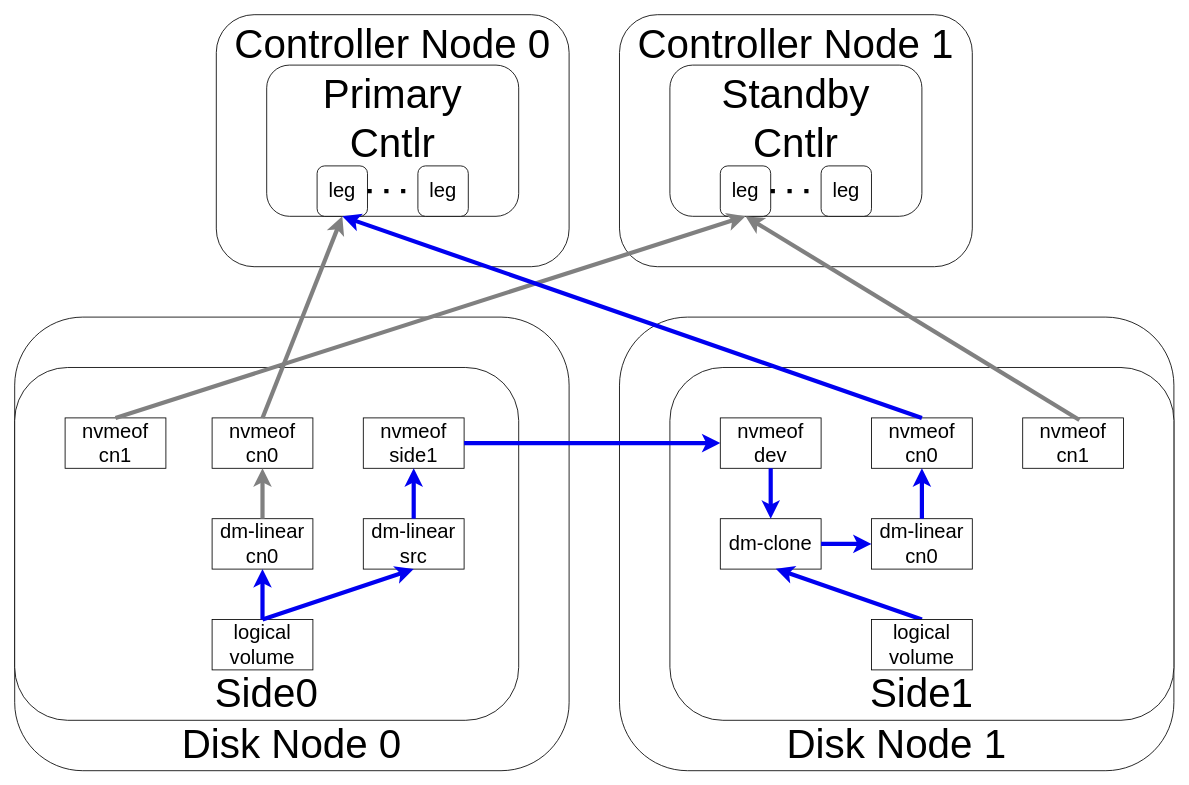
This is imgs/080Migration.drawio from distributed-nvme/distributed-nvme, a draw.io file, before an edit. Source tidied: cells renumbered, new cells numbered last; positions are measured from the earlier drawing's top-left corner, leaving out a move shared by most shapes. Both pictures are drawn from the tidied source at 84%, with x=0, y=0 at pixel (14, 14).
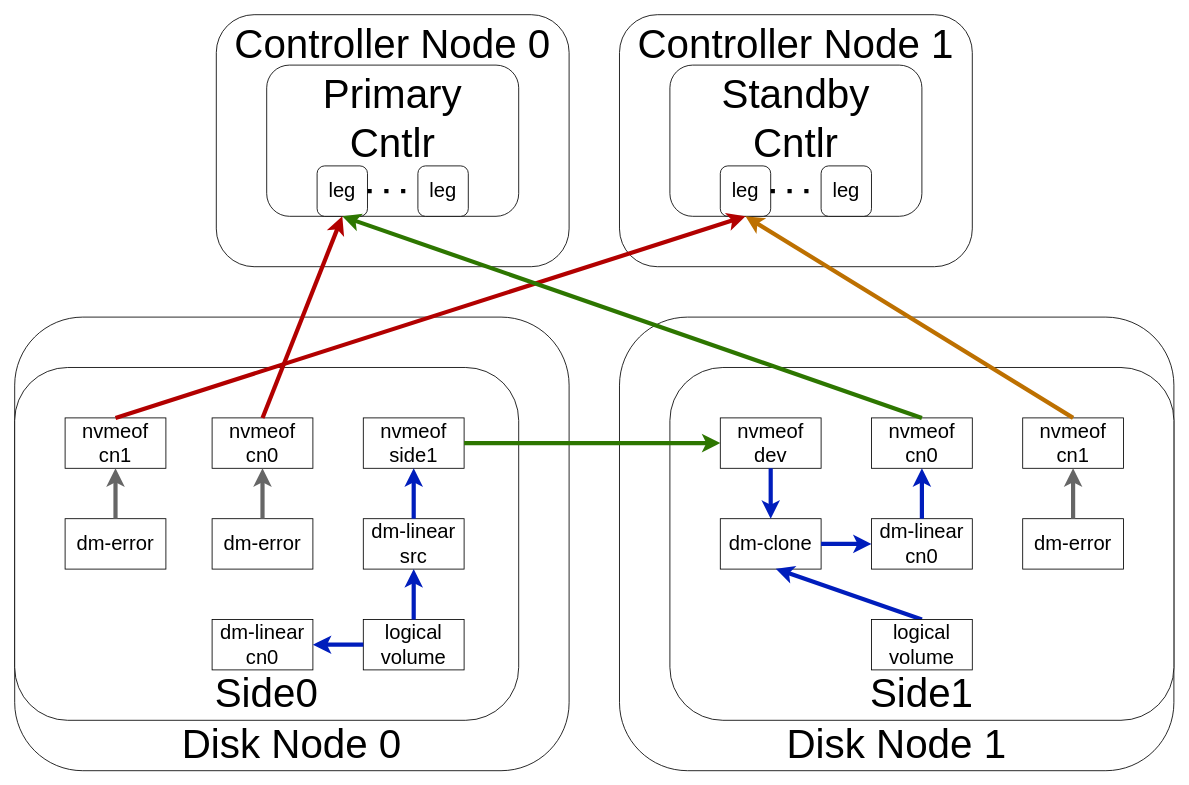
The same diagram, later.

Unchanged cells that the change refers to:
```xml
<mxCell id="8" value="&lt;span style=&quot;font-size: 24px;&quot;&gt;nvmeof&lt;/span&gt;&lt;div&gt;&lt;span style=&quot;font-size: 24px;&quot;&gt;cn0&lt;/span&gt;&lt;/div&gt;" style="rounded=0;whiteSpace=wrap;html=1;" parent="1" vertex="1">
  <mxGeometry x="235" y="480" width="120" height="60" as="geometry" />
</mxCell>
<mxCell id="12" value="&lt;span style=&quot;font-size: 24px;&quot;&gt;dm-linear&lt;/span&gt;&lt;div&gt;&lt;span style=&quot;font-size: 24px;&quot;&gt;cn0&lt;/span&gt;&lt;/div&gt;" style="rounded=0;whiteSpace=wrap;html=1;" parent="1" vertex="1">
  <mxGeometry x="1020" y="600" width="120" height="60" as="geometry" />
</mxCell>
<mxCell id="13" value="&lt;span style=&quot;font-size: 24px;&quot;&gt;nvmeof&lt;/span&gt;&lt;div&gt;&lt;span style=&quot;font-size: 24px;&quot;&gt;cn0&lt;/span&gt;&lt;/div&gt;" style="rounded=0;whiteSpace=wrap;html=1;" parent="1" vertex="1">
  <mxGeometry x="1020" y="480" width="120" height="60" as="geometry" />
</mxCell>
<mxCell id="15" value="&lt;span style=&quot;font-size: 24px;&quot;&gt;dm-linear&lt;/span&gt;&lt;div&gt;&lt;span style=&quot;font-size: 24px;&quot;&gt;src&lt;/span&gt;&lt;/div&gt;" style="rounded=0;whiteSpace=wrap;html=1;" parent="1" vertex="1">
  <mxGeometry x="415" y="600" width="120" height="60" as="geometry" />
</mxCell>
<mxCell id="16" value="&lt;span style=&quot;font-size: 24px;&quot;&gt;dm-clone&lt;/span&gt;" style="rounded=0;whiteSpace=wrap;html=1;" parent="1" vertex="1">
  <mxGeometry x="840" y="600" width="120" height="60" as="geometry" />
</mxCell>
<mxCell id="17" value="&lt;span style=&quot;font-size: 24px;&quot;&gt;nvmeof&lt;/span&gt;&lt;div&gt;&lt;span style=&quot;font-size: 24px;&quot;&gt;side1&lt;/span&gt;&lt;/div&gt;" style="rounded=0;whiteSpace=wrap;html=1;" parent="1" vertex="1">
  <mxGeometry x="415" y="480" width="120" height="60" as="geometry" />
</mxCell>
<mxCell id="18" value="&lt;span style=&quot;font-size: 24px;&quot;&gt;nvmeof&lt;/span&gt;&lt;div&gt;&lt;span style=&quot;font-size: 24px;&quot;&gt;dev&lt;/span&gt;&lt;/div&gt;" style="rounded=0;whiteSpace=wrap;html=1;" parent="1" vertex="1">
  <mxGeometry x="840" y="480" width="120" height="60" as="geometry" />
</mxCell>
<mxCell id="19" value="&lt;span style=&quot;font-size: 24px;&quot;&gt;nvmeof&lt;/span&gt;&lt;div&gt;&lt;span style=&quot;font-size: 24px;&quot;&gt;cn1&lt;/span&gt;&lt;/div&gt;" style="rounded=0;whiteSpace=wrap;html=1;" parent="1" vertex="1">
  <mxGeometry x="60" y="480" width="120" height="60" as="geometry" />
</mxCell>
<mxCell id="25" value="&lt;span style=&quot;font-size: 24px;&quot;&gt;nvmeof&lt;/span&gt;&lt;div&gt;&lt;span style=&quot;font-size: 24px;&quot;&gt;cn1&lt;/span&gt;&lt;/div&gt;" style="rounded=0;whiteSpace=wrap;html=1;" parent="1" vertex="1">
  <mxGeometry x="1200" y="480" width="120" height="60" as="geometry" />
</mxCell>
<mxCell id="28" value="&lt;span style=&quot;font-size: 24px;&quot;&gt;leg&lt;/span&gt;" style="rounded=1;whiteSpace=wrap;html=1;" parent="1" vertex="1">
  <mxGeometry x="360" y="180" width="60" height="60" as="geometry" />
</mxCell>
<mxCell id="33" value="&lt;span style=&quot;font-size: 24px;&quot;&gt;leg&lt;/span&gt;" style="rounded=1;whiteSpace=wrap;html=1;" parent="1" vertex="1">
  <mxGeometry x="840" y="180" width="60" height="60" as="geometry" />
</mxCell>
<mxCell id="40" value="&lt;span style=&quot;font-size: 24px;&quot;&gt;logical volume&lt;/span&gt;" style="rounded=0;whiteSpace=wrap;html=1;" parent="1" vertex="1">
  <mxGeometry x="1020" y="720" width="120" height="60" as="geometry" />
</mxCell>
```

Diff of the diagram source:
```diff
@@
     <mxCell id="6" value="&lt;span style=&quot;font-size: 24px;&quot;&gt;logical volume&lt;/span&gt;" style="rounded=0;whiteSpace=wrap;html=1;" parent="1" vertex="1">
-      <mxGeometry x="235" y="720" width="120" height="60" as="geometry" />
+      <mxGeometry x="415" y="720" width="120" height="60" as="geometry" />
     </mxCell>
     <mxCell id="7" value="&lt;span style=&quot;font-size: 24px;&quot;&gt;dm-linear&lt;/span&gt;&lt;div&gt;&lt;span style=&quot;font-size: 24px;&quot;&gt;cn0&lt;/span&gt;&lt;/div&gt;" style="rounded=0;whiteSpace=wrap;html=1;" parent="1" vertex="1">
-      <mxGeometry x="235" y="600" width="120" height="60" as="geometry" />
+      <mxGeometry x="235" y="720" width="120" height="60" as="geometry" />
     </mxCell>
@@
-    <mxCell id="9" style="endArrow=classic;html=1;rounded=0;strokeWidth=5;strokeColor=#0000f0;exitX=0.5;exitY=0;exitDx=0;exitDy=0;entryX=0.5;entryY=1;entryDx=0;entryDy=0;" parent="1" edge="1" source="6" target="7">
+    <mxCell id="9" style="endArrow=classic;html=1;rounded=0;strokeWidth=5;strokeColor=#001DBC;exitX=0;exitY=0.5;exitDx=0;exitDy=0;entryX=1;entryY=0.5;entryDx=0;entryDy=0;fillColor=#0050ef;" parent="1" edge="1" source="6" target="7">
       <mxGeometry relative="1" as="geometry" />
     </mxCell>
-    <mxCell id="10" style="endArrow=classic;html=1;rounded=0;strokeWidth=5;strokeColor=#808080;exitX=0.5;exitY=0;exitDx=0;exitDy=0;entryX=0.5;entryY=1;entryDx=0;entryDy=0;" parent="1" edge="1" source="7" target="8">
-      <mxGeometry relative="1" as="geometry" />
-    </mxCell>
@@
-    <mxCell id="14" style="endArrow=classic;html=1;rounded=0;strokeWidth=5;strokeColor=#0000f0;exitX=0.5;exitY=0;exitDx=0;exitDy=0;entryX=0.5;entryY=1;entryDx=0;entryDy=0;" parent="1" edge="1" source="12" target="13">
+    <mxCell id="14" style="endArrow=classic;html=1;rounded=0;strokeWidth=5;strokeColor=#001DBC;exitX=0.5;exitY=0;exitDx=0;exitDy=0;entryX=0.5;entryY=1;entryDx=0;entryDy=0;fillColor=#0050ef;" parent="1" edge="1" source="12" target="13">
       <mxGeometry relative="1" as="geometry" />
     </mxCell>
@@
-    <mxCell id="20" style="endArrow=classic;html=1;rounded=0;strokeWidth=5;strokeColor=#0000f0;exitX=0.5;exitY=0;exitDx=0;exitDy=0;entryX=0.5;entryY=1;entryDx=0;entryDy=0;" parent="1" edge="1" source="6" target="15">
+    <mxCell id="20" style="endArrow=classic;html=1;rounded=0;strokeWidth=5;strokeColor=#001DBC;exitX=0.5;exitY=0;exitDx=0;exitDy=0;entryX=0.5;entryY=1;entryDx=0;entryDy=0;fillColor=#0050ef;" parent="1" edge="1" source="6" target="15">
       <mxGeometry relative="1" as="geometry" />
     </mxCell>
-    <mxCell id="21" style="endArrow=classic;html=1;rounded=0;strokeWidth=5;strokeColor=#0000f0;exitX=0.5;exitY=0;exitDx=0;exitDy=0;entryX=0.5;entryY=1;entryDx=0;entryDy=0;" parent="1" edge="1" source="15" target="17">
+    <mxCell id="21" style="endArrow=classic;html=1;rounded=0;strokeWidth=5;strokeColor=#001DBC;exitX=0.5;exitY=0;exitDx=0;exitDy=0;entryX=0.5;entryY=1;entryDx=0;entryDy=0;fillColor=#0050ef;" parent="1" edge="1" source="15" target="17">
       <mxGeometry relative="1" as="geometry" />
     </mxCell>
-    <mxCell id="22" style="endArrow=classic;html=1;rounded=0;strokeWidth=5;strokeColor=#0000f0;exitX=1;exitY=0.5;exitDx=0;exitDy=0;entryX=0;entryY=0.5;entryDx=0;entryDy=0;" parent="1" edge="1" source="17" target="18">
+    <mxCell id="22" style="endArrow=classic;html=1;rounded=0;strokeWidth=5;strokeColor=#2D7600;exitX=1;exitY=0.5;exitDx=0;exitDy=0;entryX=0;entryY=0.5;entryDx=0;entryDy=0;fillColor=#60a917;" parent="1" edge="1" source="17" target="18">
       <mxGeometry relative="1" as="geometry" />
     </mxCell>
-    <mxCell id="23" style="endArrow=classic;html=1;rounded=0;strokeWidth=5;strokeColor=#0000f0;exitX=0.5;exitY=1;exitDx=0;exitDy=0;entryX=0.5;entryY=0;entryDx=0;entryDy=0;" parent="1" edge="1" source="18" target="16">
+    <mxCell id="23" style="endArrow=classic;html=1;rounded=0;strokeWidth=5;strokeColor=#001DBC;exitX=0.5;exitY=1;exitDx=0;exitDy=0;entryX=0.5;entryY=0;entryDx=0;entryDy=0;fillColor=#0050ef;" parent="1" edge="1" source="18" target="16">
       <mxGeometry relative="1" as="geometry" />
     </mxCell>
-    <mxCell id="24" style="endArrow=classic;html=1;rounded=0;strokeWidth=5;strokeColor=#0000f0;exitX=1;exitY=0.5;exitDx=0;exitDy=0;entryX=0;entryY=0.5;entryDx=0;entryDy=0;" parent="1" edge="1" source="16" target="12">
+    <mxCell id="24" style="endArrow=classic;html=1;rounded=0;strokeWidth=5;strokeColor=#001DBC;exitX=1;exitY=0.5;exitDx=0;exitDy=0;entryX=0;entryY=0.5;entryDx=0;entryDy=0;fillColor=#0050ef;" parent="1" edge="1" source="16" target="12">
       <mxGeometry relative="1" as="geometry" />
     </mxCell>
@@
-    <mxCell id="26" style="endArrow=classic;html=1;rounded=0;strokeWidth=5;strokeColor=#0000f0;exitX=0.5;exitY=0;exitDx=0;exitDy=0;entryX=0.55;entryY=0.992;entryDx=0;entryDy=0;entryPerimeter=0;" parent="1" edge="1" source="40" target="16">
+    <mxCell id="26" style="endArrow=classic;html=1;rounded=0;strokeWidth=5;strokeColor=#001DBC;exitX=0.5;exitY=0;exitDx=0;exitDy=0;entryX=0.55;entryY=0.992;entryDx=0;entryDy=0;entryPerimeter=0;fillColor=#0050ef;" parent="1" edge="1" source="40" target="16">
       <mxGeometry relative="1" as="geometry" />
     </mxCell>
@@
-    <mxCell id="36" style="endArrow=classic;html=1;rounded=0;strokeWidth=5;strokeColor=#808080;exitX=0.5;exitY=0;exitDx=0;exitDy=0;entryX=0.5;entryY=1;entryDx=0;entryDy=0;" parent="1" edge="1" source="19" target="33">
+    <mxCell id="36" style="endArrow=classic;html=1;rounded=0;strokeWidth=5;strokeColor=#B20000;exitX=0.5;exitY=0;exitDx=0;exitDy=0;entryX=0.5;entryY=1;entryDx=0;entryDy=0;fillColor=#e51400;" parent="1" edge="1" source="19" target="33">
       <mxGeometry relative="1" as="geometry" />
     </mxCell>
-    <mxCell id="37" style="endArrow=classic;html=1;rounded=0;strokeWidth=5;strokeColor=#808080;entryX=0.5;entryY=1;entryDx=0;entryDy=0;exitX=0.563;exitY=0.042;exitDx=0;exitDy=0;exitPerimeter=0;" parent="1" edge="1" source="25" target="33">
+    <mxCell id="37" style="endArrow=classic;html=1;rounded=0;strokeWidth=5;strokeColor=#BD7000;entryX=0.5;entryY=1;entryDx=0;entryDy=0;exitX=0.5;exitY=0;exitDx=0;exitDy=0;fillColor=#f0a30a;" parent="1" edge="1" source="25" target="33">
       <mxGeometry relative="1" as="geometry" />
     </mxCell>
-    <mxCell id="38" style="endArrow=classic;html=1;rounded=0;strokeWidth=5;strokeColor=#0000f0;exitX=0.5;exitY=0;exitDx=0;exitDy=0;entryX=0.5;entryY=1;entryDx=0;entryDy=0;" parent="1" edge="1" source="13" target="28">
+    <mxCell id="38" style="endArrow=classic;html=1;rounded=0;strokeWidth=5;strokeColor=#2D7600;exitX=0.5;exitY=0;exitDx=0;exitDy=0;entryX=0.5;entryY=1;entryDx=0;entryDy=0;fillColor=#60a917;" parent="1" edge="1" source="13" target="28">
       <mxGeometry relative="1" as="geometry" />
     </mxCell>
-    <mxCell id="39" style="endArrow=classic;html=1;rounded=0;strokeWidth=5;strokeColor=#808080;exitX=0.5;exitY=0;exitDx=0;exitDy=0;entryX=0.5;entryY=1;entryDx=0;entryDy=0;" parent="1" edge="1" source="8" target="28">
+    <mxCell id="39" style="endArrow=classic;html=1;rounded=0;strokeWidth=5;strokeColor=#B20000;exitX=0.5;exitY=0;exitDx=0;exitDy=0;entryX=0.5;entryY=1;entryDx=0;entryDy=0;fillColor=#e51400;" parent="1" edge="1" source="8" target="28">
       <mxGeometry relative="1" as="geometry" />
     </mxCell>
@@
+    <mxCell id="41" value="&lt;span style=&quot;font-size: 24px;&quot;&gt;dm-error&lt;/span&gt;" style="rounded=0;whiteSpace=wrap;html=1;" parent="1" vertex="1">
+      <mxGeometry x="1200" y="600" width="120" height="60" as="geometry" />
+    </mxCell>
+    <mxCell id="42" style="endArrow=classic;html=1;rounded=0;strokeWidth=5;strokeColor=#666666;exitX=0.5;exitY=0;exitDx=0;exitDy=0;entryX=0.5;entryY=1;entryDx=0;entryDy=0;fillColor=#f5f5f5;" parent="1" edge="1" source="41" target="25">
+      <mxGeometry relative="1" as="geometry" />
+    </mxCell>
+    <mxCell id="43" value="&lt;span style=&quot;font-size: 24px;&quot;&gt;dm-error&lt;/span&gt;" style="rounded=0;whiteSpace=wrap;html=1;" parent="1" vertex="1">
+      <mxGeometry x="235" y="600" width="120" height="60" as="geometry" />
+    </mxCell>
+    <mxCell id="44" style="endArrow=classic;html=1;rounded=0;strokeWidth=5;strokeColor=#666666;exitX=0.5;exitY=0;exitDx=0;exitDy=0;entryX=0.5;entryY=1;entryDx=0;entryDy=0;fillColor=#f5f5f5;" parent="1" edge="1" source="43" target="8">
+      <mxGeometry relative="1" as="geometry" />
+    </mxCell>
+    <mxCell id="45" value="&lt;span style=&quot;font-size: 24px;&quot;&gt;dm-error&lt;/span&gt;" style="rounded=0;whiteSpace=wrap;html=1;" parent="1" vertex="1">
+      <mxGeometry x="60" y="600" width="120" height="60" as="geometry" />
+    </mxCell>
+    <mxCell id="46" style="endArrow=classic;html=1;rounded=0;strokeWidth=5;strokeColor=#666666;exitX=0.5;exitY=0;exitDx=0;exitDy=0;entryX=0.5;entryY=1;entryDx=0;entryDy=0;fillColor=#f5f5f5;" parent="1" edge="1" source="45" target="19">
+      <mxGeometry relative="1" as="geometry" />
+    </mxCell>
```
